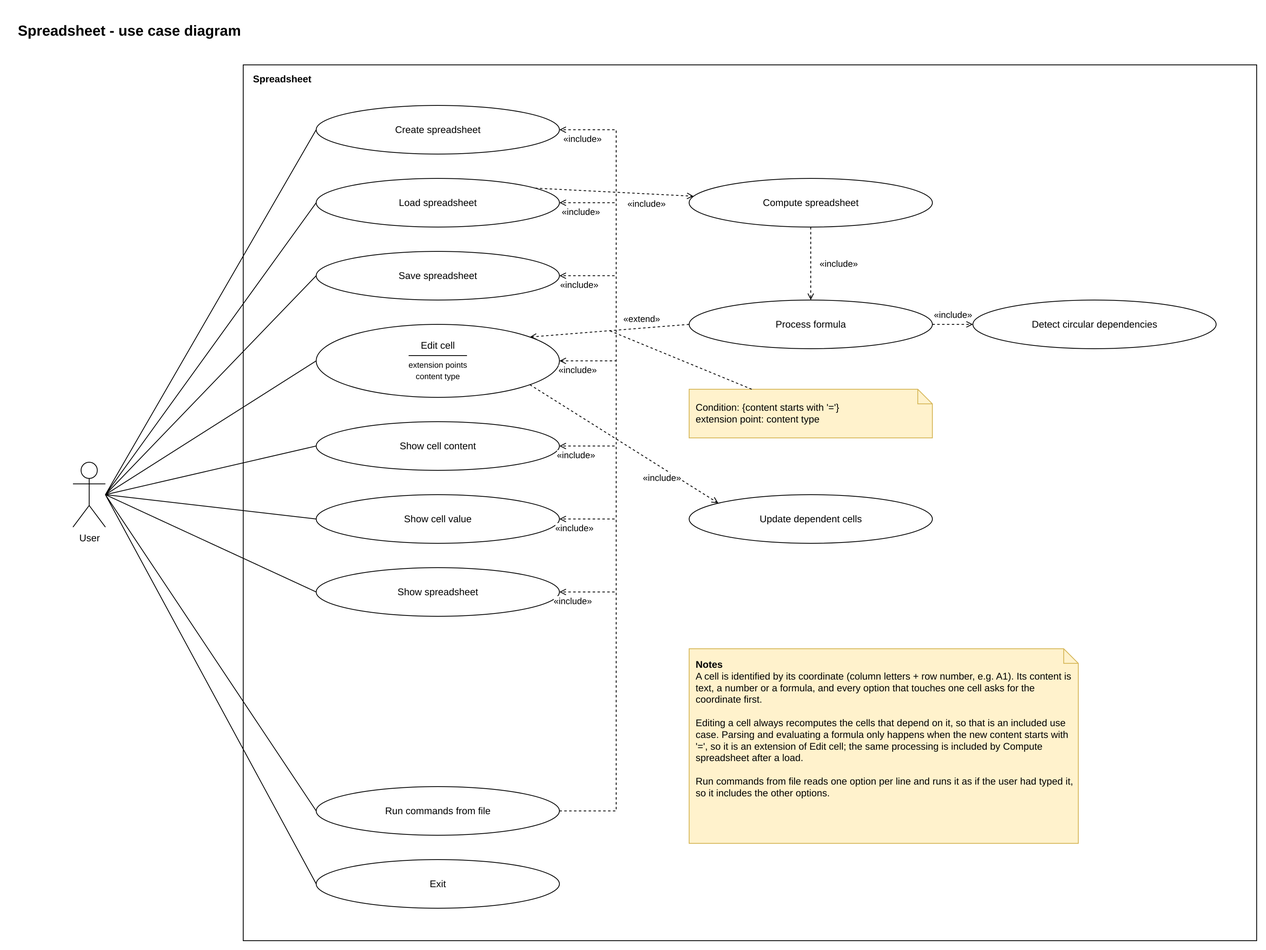
Earlier version of the draw.io export docs/use-case-diagram.drawio.png (kamanfung-upc/softeng-project). Source tidied: cells renumbered, new cells last; positions are measured from the earlier drawing's top-left corner, leaving out a move shared by most shapes.
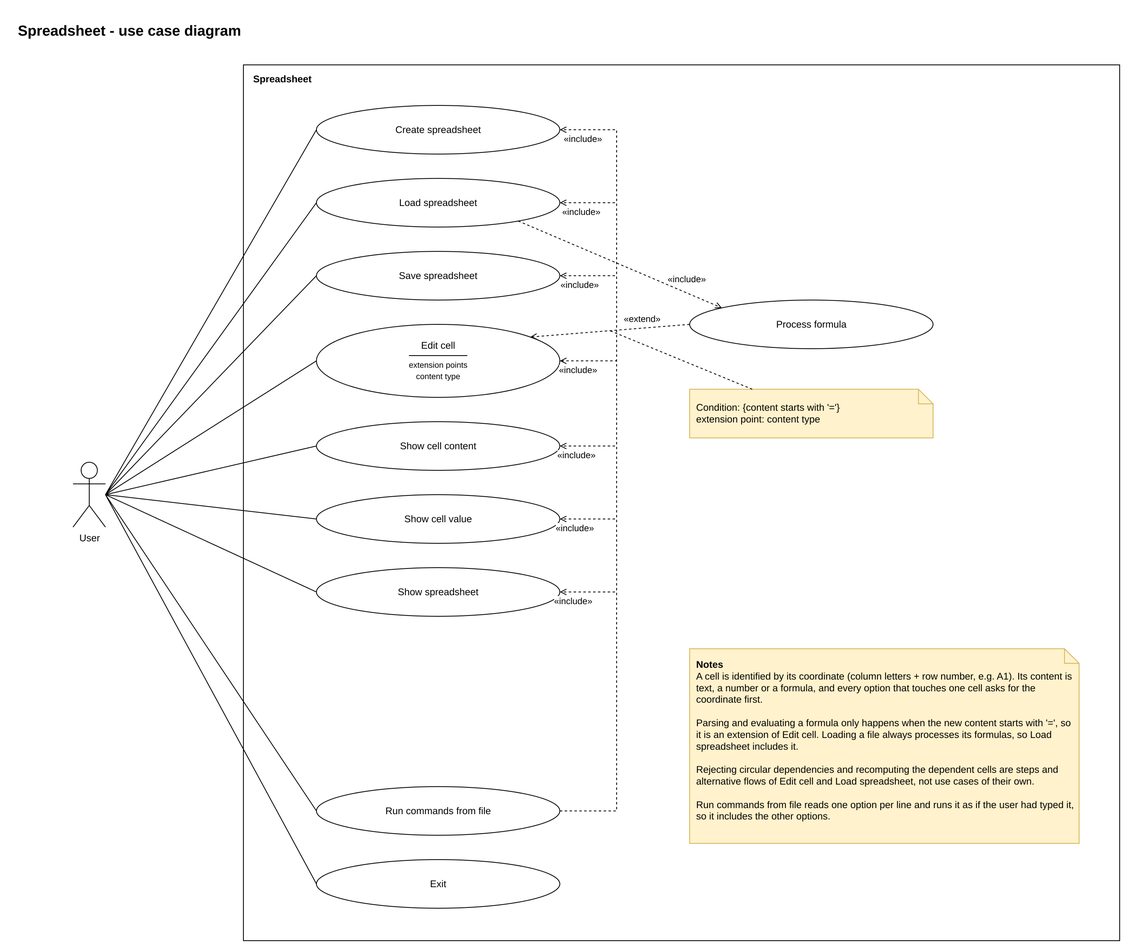
After the commit.

Commit message:
docs: simplify use cases and move deliverable 1 to docs

Change to the diagram source:
```diff
@@ -6,7 +6,7 @@
       <mxGeometry width="700" height="30" as="geometry" />
     </mxCell>
     <mxCell id="3" value="Spreadsheet" style="rounded=0;whiteSpace=wrap;html=1;fillColor=none;align=left;verticalAlign=top;fontStyle=1;spacingLeft=10;spacingTop=4;" parent="1" vertex="1">
-      <mxGeometry x="280" y="60" width="1250" height="1080" as="geometry" />
+      <mxGeometry x="280" y="60" width="1080" height="1080" as="geometry" />
     </mxCell>
     <mxCell id="4" value="User" style="shape=umlActor;verticalLabelPosition=bottom;verticalAlign=top;html=1;outlineConnect=0;" parent="1" vertex="1">
       <mxGeometry x="70" y="550" width="40" height="80" as="geometry" />
@@ -65,50 +65,9 @@
     <mxCell id="22" style="endArrow=none;html=1;rounded=0;exitX=1;exitY=0.5;exitDx=0;exitDy=0;entryX=0;entryY=0.5;entryDx=0;entryDy=0;" parent="1" edge="1" source="4" target="13">
       <mxGeometry relative="1" as="geometry" />
     </mxCell>
-    <mxCell id="23" value="Compute spreadsheet" style="ellipse;whiteSpace=wrap;html=1;" parent="1" vertex="1">
-      <mxGeometry x="830" y="200" width="300" height="60" as="geometry" />
-    </mxCell>
     <mxCell id="24" value="Process formula" style="ellipse;whiteSpace=wrap;html=1;" parent="1" vertex="1">
       <mxGeometry x="830" y="350" width="300" height="60" as="geometry" />
     </mxCell>
-    <mxCell id="25" value="Update dependent cells" style="ellipse;whiteSpace=wrap;html=1;" parent="1" vertex="1">
-      <mxGeometry x="830" y="590" width="300" height="60" as="geometry" />
-    </mxCell>
-    <mxCell id="26" value="Detect circular dependencies" style="ellipse;whiteSpace=wrap;html=1;" parent="1" vertex="1">
-      <mxGeometry x="1180" y="350" width="300" height="60" as="geometry" />
-    </mxCell>
-    <mxCell id="27" style="endArrow=open;endFill=1;dashed=1;html=1;rounded=0;exitX=0.9;exitY=0.2;exitDx=0;exitDy=0;entryX=0.02;entryY=0.36;entryDx=0;entryDy=0;" parent="1" edge="1" source="6" target="23">
-      <mxGeometry relative="1" as="geometry" />
-    </mxCell>
-    <mxCell id="28" value="«include»" style="edgeLabel;html=1;align=center;verticalAlign=middle;" parent="27" vertex="1">
-      <mxGeometry x="0.4" relative="1" as="geometry">
-        <mxPoint y="12" as="offset" />
-      </mxGeometry>
-    </mxCell>
-    <mxCell id="29" style="endArrow=open;endFill=1;dashed=1;html=1;rounded=0;exitX=0.5;exitY=1;exitDx=0;exitDy=0;entryX=0.5;entryY=0;entryDx=0;entryDy=0;" parent="1" edge="1" source="23" target="24">
-      <mxGeometry relative="1" as="geometry" />
-    </mxCell>
-    <mxCell id="30" value="«include»" style="edgeLabel;html=1;align=center;verticalAlign=middle;" parent="29" vertex="1">
-      <mxGeometry relative="1" as="geometry">
-        <mxPoint x="34" as="offset" />
-      </mxGeometry>
-    </mxCell>
-    <mxCell id="31" style="endArrow=open;endFill=1;dashed=1;html=1;rounded=0;exitX=1;exitY=0.5;exitDx=0;exitDy=0;entryX=0;entryY=0.5;entryDx=0;entryDy=0;" parent="1" edge="1" source="24" target="26">
-      <mxGeometry relative="1" as="geometry" />
-    </mxCell>
-    <mxCell id="32" value="«include»" style="edgeLabel;html=1;align=center;verticalAlign=middle;" parent="31" vertex="1">
-      <mxGeometry relative="1" as="geometry">
-        <mxPoint y="-12" as="offset" />
-      </mxGeometry>
-    </mxCell>
-    <mxCell id="33" style="endArrow=open;endFill=1;dashed=1;html=1;rounded=0;exitX=0.88;exitY=0.83;exitDx=0;exitDy=0;entryX=0.12;entryY=0.17;entryDx=0;entryDy=0;" parent="1" edge="1" source="13" target="25">
-      <mxGeometry relative="1" as="geometry" />
-    </mxCell>
-    <mxCell id="34" value="«include»" style="edgeLabel;html=1;align=center;verticalAlign=middle;" parent="33" vertex="1">
-      <mxGeometry x="0.4" relative="1" as="geometry">
-        <mxPoint y="12" as="offset" />
-      </mxGeometry>
-    </mxCell>
     <mxCell id="35" style="endArrow=open;endFill=1;dashed=1;html=1;rounded=0;exitX=0;exitY=0.5;exitDx=0;exitDy=0;entryX=0.88;entryY=0.17;entryDx=0;entryDy=0;" parent="1" edge="1" source="24" target="13">
       <mxGeometry relative="1" as="geometry" />
     </mxCell>
@@ -214,8 +173,16 @@
         <mxPoint x="8" y="11" as="offset" />
       </mxGeometry>
     </mxCell>
-    <mxCell id="53" value="&lt;b&gt;Notes&lt;/b&gt;&lt;br&gt;A cell is identified by its coordinate (column letters + row number, e.g. A1). Its content is text, a number or a formula, and every option that touches one cell asks for the coordinate first.&lt;br&gt;&lt;br&gt;Editing a cell always recomputes the cells that depend on it, so that is an included use case. Parsing and evaluating a formula only happens when the new content starts with '=', so it is an extension of Edit cell; the same processing is included by Compute spreadsheet after a load.&lt;br&gt;&lt;br&gt;Run commands from file reads one option per line and runs it as if the user had typed it, so it includes the other options." style="shape=note;whiteSpace=wrap;html=1;align=left;verticalAlign=top;spacing=8;size=18;fillColor=#fff2cc;strokeColor=#d6b656;" parent="1" vertex="1">
+    <mxCell id="53" value="&lt;b&gt;Notes&lt;/b&gt;&lt;br&gt;A cell is identified by its coordinate (column letters + row number, e.g. A1). Its content is text, a number or a formula, and every option that touches one cell asks for the coordinate first.&lt;br&gt;&lt;br&gt;Parsing and evaluating a formula only happens when the new content starts with '=', so it is an extension of Edit cell. Loading a file always processes its formulas, so Load spreadsheet includes it.&lt;br&gt;&lt;br&gt;Rejecting circular dependencies and recomputing the dependent cells are steps and alternative flows of Edit cell and Load spreadsheet, not use cases of their own.&lt;br&gt;&lt;br&gt;Run commands from file reads one option per line and runs it as if the user had typed it, so it includes the other options." style="shape=note;whiteSpace=wrap;html=1;align=left;verticalAlign=top;spacing=8;size=18;fillColor=#fff2cc;strokeColor=#d6b656;" parent="1" vertex="1">
       <mxGeometry x="830" y="780" width="480" height="240" as="geometry" />
     </mxCell>
+    <mxCell id="54" style="endArrow=open;endFill=1;dashed=1;html=1;rounded=0;exitX=0.85;exitY=0.9;exitDx=0;exitDy=0;entryX=0.12;entryY=0.15;entryDx=0;entryDy=0;" parent="1" edge="1" source="6" target="24">
+      <mxGeometry relative="1" as="geometry" />
+    </mxCell>
+    <mxCell id="55" value="«include»" style="edgeLabel;html=1;align=center;verticalAlign=middle;" parent="54" vertex="1">
+      <mxGeometry x="0.55" relative="1" as="geometry">
+        <mxPoint x="12" y="-12" as="offset" />
+      </mxGeometry>
+    </mxCell>
   </root>
 </mxGraphModel>
```
